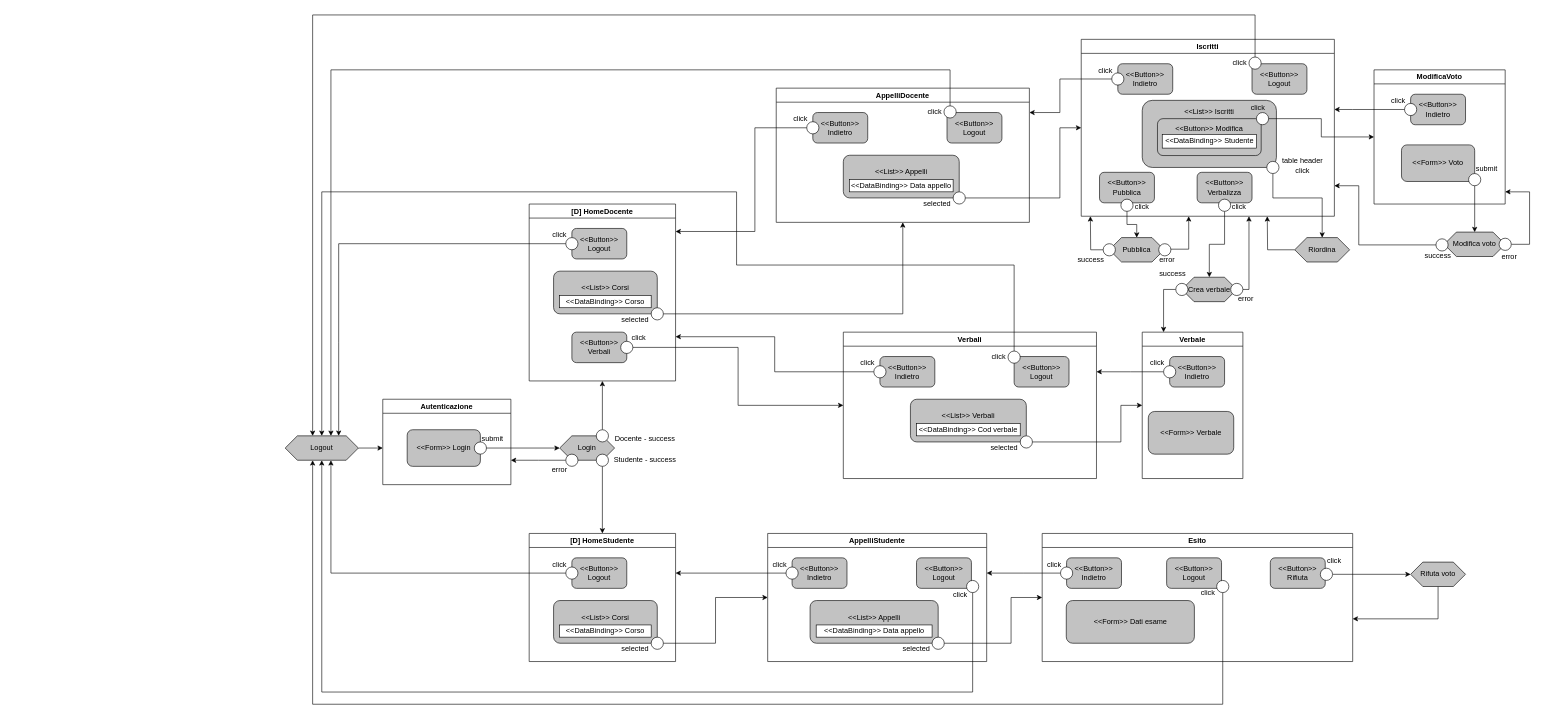
Earlier version of the draw.io diagram Diagramma IFMLpure HTML.drawio (StefanoBernardotto/TIW-polimi_24-25). Source tidied: cells renumbered, new cells numbered last; positions are measured from the earlier drawing's top-left corner, leaving out a move shared by most shapes. Both pictures are drawn from the tidied source at 61%, with x=0, y=0 at pixel (285, 15).
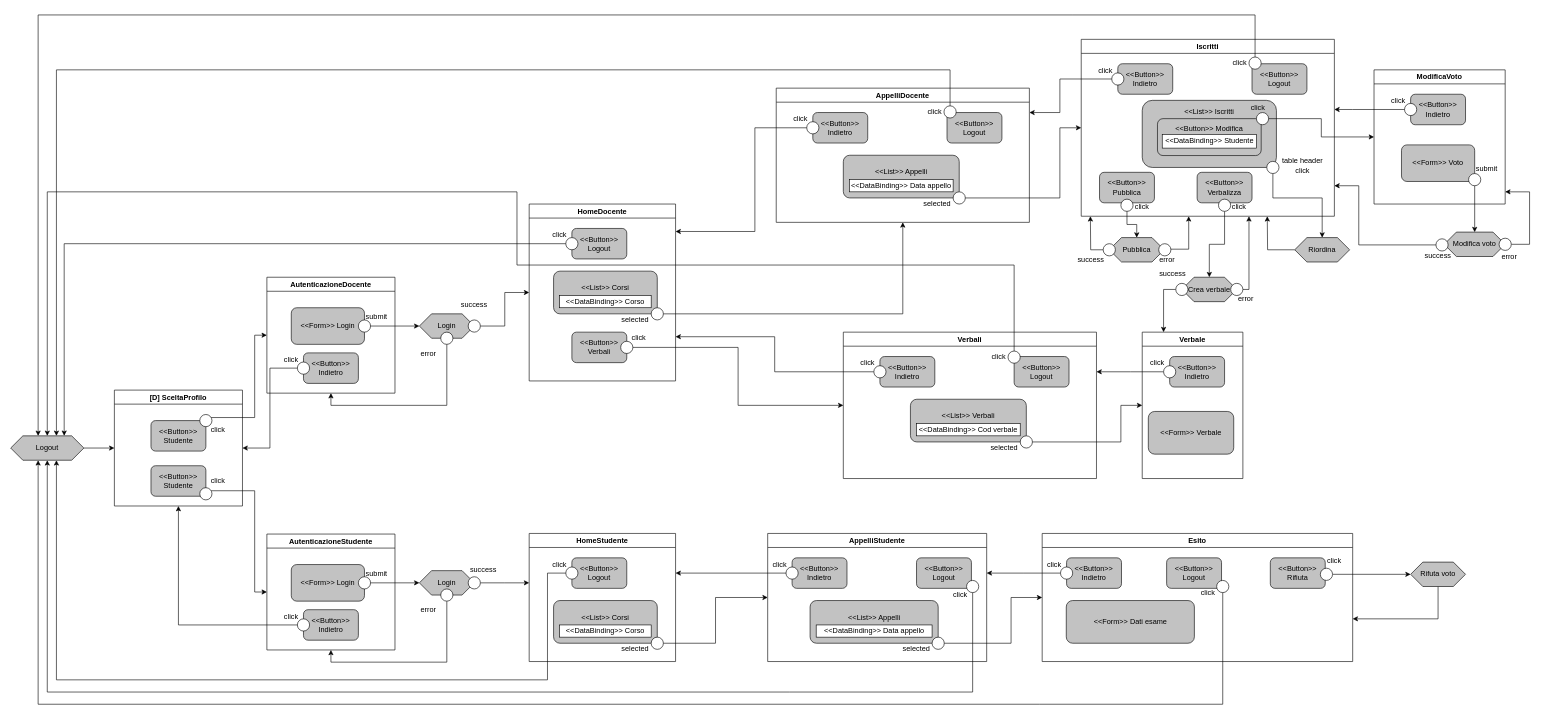
The same diagram, later.

Unchanged cells that the change refers to:
```xml
<mxCell id="36" style="ellipse;whiteSpace=wrap;html=1;shadow=0;" parent="29" vertex="1">
  <mxGeometry x="275" y="29" width="20" height="20" as="geometry" />
</mxCell>
<mxCell id="48" style="ellipse;whiteSpace=wrap;html=1;shadow=0;" parent="41" vertex="1">
  <mxGeometry x="270" y="31" width="20" height="20" as="geometry" />
</mxCell>
<mxCell id="58" style="ellipse;whiteSpace=wrap;html=1;shadow=0;" parent="54" vertex="1">
  <mxGeometry x="275" y="29" width="20" height="20" as="geometry" />
</mxCell>
<mxCell id="122" style="ellipse;whiteSpace=wrap;html=1;shadow=0;" parent="115" vertex="1">
  <mxGeometry x="60" y="55" width="20" height="20" as="geometry" />
</mxCell>
<mxCell id="137" style="ellipse;whiteSpace=wrap;html=1;shadow=0;" parent="130" vertex="1">
  <mxGeometry x="326" y="77" width="20" height="20" as="geometry" />
</mxCell>
<mxCell id="148" style="ellipse;whiteSpace=wrap;html=1;shadow=0;" parent="144" vertex="1">
  <mxGeometry x="286" y="77" width="20" height="20" as="geometry" />
</mxCell>
```

Diff of the diagram source:
```diff
@@
-    <mxCell id="3" value="Autenticazione" style="swimlane;whiteSpace=wrap;html=1;" parent="1" vertex="1">
-      <mxGeometry x="160" y="630" width="210" height="140" as="geometry" />
+    <mxCell id="3" value="AutenticazioneDocente" style="swimlane;whiteSpace=wrap;html=1;startSize=23;" parent="1" vertex="1">
+      <mxGeometry x="-30" y="430" width="210" height="190" as="geometry" />
     </mxCell>
@@
+    <mxCell id="165" value="click" style="text;html=1;align=center;verticalAlign=middle;whiteSpace=wrap;rounded=0;" parent="3" vertex="1">
+      <mxGeometry x="10" y="120" width="60" height="30" as="geometry" />
+    </mxCell>
+    <mxCell id="166" value="&amp;lt;&amp;lt;Button&amp;gt;&amp;gt; Indietro" style="rounded=1;whiteSpace=wrap;html=1;fillColor=#C2C2C2;" parent="3" vertex="1">
+      <mxGeometry x="60" y="124" width="90" height="50" as="geometry" />
+    </mxCell>
+    <mxCell id="167" style="ellipse;whiteSpace=wrap;html=1;shadow=0;" parent="3" vertex="1">
+      <mxGeometry x="50" y="139" width="20" height="20" as="geometry" />
+    </mxCell>
     <mxCell id="7" value="Login" style="shape=hexagon;perimeter=hexagonPerimeter2;whiteSpace=wrap;html=1;fixedSize=1;fillColor=#C2C2C2;" parent="1" vertex="1">
-      <mxGeometry x="450" y="690" width="90" height="40" as="geometry" />
+      <mxGeometry x="220" y="490" width="90" height="40" as="geometry" />
     </mxCell>
@@
     <mxCell id="10" style="ellipse;whiteSpace=wrap;html=1;" parent="1" vertex="1">
-      <mxGeometry x="510" y="680" width="20" height="20" as="geometry" />
+      <mxGeometry x="300" y="500" width="20" height="20" as="geometry" />
     </mxCell>
-    <mxCell id="11" value="Docente -&amp;nbsp;success" style="text;html=1;align=center;verticalAlign=middle;whiteSpace=wrap;rounded=0;" parent="1" vertex="1">
-      <mxGeometry x="530" y="680" width="120" height="30" as="geometry" />
+    <mxCell id="11" value="success" style="text;html=1;align=center;verticalAlign=middle;whiteSpace=wrap;rounded=0;" parent="1" vertex="1">
+      <mxGeometry x="250" y="460" width="120" height="30" as="geometry" />
     </mxCell>
-    <mxCell id="12" style="edgeStyle=orthogonalEdgeStyle;rounded=0;jettySize=auto;html=1;" parent="1" edge="1" source="13">
+    <mxCell id="12" style="edgeStyle=orthogonalEdgeStyle;rounded=0;jettySize=auto;html=1;entryX=0.5;entryY=1;entryDx=0;entryDy=0;" parent="1" edge="1" source="13" target="3">
       <mxGeometry relative="1" as="geometry">
-        <mxPoint x="370" y="730" as="targetPoint" />
+        <Array as="points">
+          <mxPoint x="265" y="640" />
+          <mxPoint x="75" y="640" />
+        </Array>
       </mxGeometry>
     </mxCell>
     <mxCell id="13" style="ellipse;whiteSpace=wrap;html=1;" parent="1" vertex="1">
-      <mxGeometry x="460" y="720" width="20" height="20" as="geometry" />
+      <mxGeometry x="255" y="520" width="20" height="20" as="geometry" />
     </mxCell>
     <mxCell id="14" value="error" style="text;html=1;align=center;verticalAlign=middle;whiteSpace=wrap;rounded=0;" parent="1" vertex="1">
-      <mxGeometry x="420" y="730" width="60" height="30" as="geometry" />
+      <mxGeometry x="205" y="540" width="60" height="30" as="geometry" />
     </mxCell>
-    <mxCell id="15" value="[D] HomeDocente" style="swimlane;whiteSpace=wrap;html=1;" parent="1" vertex="1">
+    <mxCell id="15" value="HomeDocente" style="swimlane;whiteSpace=wrap;html=1;" parent="1" vertex="1">
       <mxGeometry x="400" y="310" width="240" height="290" as="geometry" />
     </mxCell>
@@
-    <mxCell id="26" style="edgeStyle=orthogonalEdgeStyle;rounded=0;jettySize=auto;html=1;" parent="1" edge="1" source="27" target="115">
-      <mxGeometry relative="1" as="geometry" />
-    </mxCell>
-    <mxCell id="27" style="ellipse;whiteSpace=wrap;html=1;" parent="1" vertex="1">
-      <mxGeometry x="510" y="720" width="20" height="20" as="geometry" />
-    </mxCell>
-    <mxCell id="28" value="Studente -&amp;nbsp;success" style="text;html=1;align=center;verticalAlign=middle;whiteSpace=wrap;rounded=0;" parent="1" vertex="1">
-      <mxGeometry x="530" y="715" width="120" height="30" as="geometry" />
-    </mxCell>
@@
-    <mxCell id="115" value="[D] HomeStudente" style="swimlane;whiteSpace=wrap;html=1;" parent="1" vertex="1">
+    <mxCell id="115" value="HomeStudente" style="swimlane;whiteSpace=wrap;html=1;" parent="1" vertex="1">
       <mxGeometry x="400" y="850" width="240" height="210" as="geometry" />
     </mxCell>
@@
     <mxCell id="123" style="edgeStyle=orthogonalEdgeStyle;rounded=0;jettySize=auto;html=1;entryX=0.625;entryY=1;entryDx=0;entryDy=0;" parent="1" edge="1" source="122" target="125">
-      <mxGeometry relative="1" as="geometry" />
+      <mxGeometry relative="1" as="geometry">
+        <Array as="points">
+          <mxPoint x="430" y="915" />
+          <mxPoint x="430" y="1090" />
+          <mxPoint x="-375" y="1090" />
+        </Array>
+      </mxGeometry>
     </mxCell>
-    <mxCell id="124" style="edgeStyle=orthogonalEdgeStyle;rounded=0;jettySize=auto;html=1;" parent="1" edge="1" source="125" target="3">
-      <mxGeometry relative="1" as="geometry">
-        <Array as="points">
-          <mxPoint x="150" y="710" />
-          <mxPoint x="150" y="710" />
-        </Array>
-      </mxGeometry>
-    </mxCell>
+    <mxCell id="168" style="edgeStyle=orthogonalEdgeStyle;rounded=0;jettySize=auto;html=1;" parent="1" edge="1" source="125" target="184">
+      <mxGeometry relative="1" as="geometry" />
+    </mxCell>
     <mxCell id="125" value="Logout" style="shape=hexagon;perimeter=hexagonPerimeter2;whiteSpace=wrap;html=1;fixedSize=1;fillColor=#C2C2C2;" parent="1" vertex="1">
-      <mxGeometry y="690" width="120" height="40" as="geometry" />
+      <mxGeometry x="-450" y="690" width="120" height="40" as="geometry" />
     </mxCell>
@@
     <mxCell id="127" style="edgeStyle=orthogonalEdgeStyle;rounded=0;jettySize=auto;html=1;entryX=0.625;entryY=0;entryDx=0;entryDy=0;" parent="1" edge="1" source="36" target="125">
       <mxGeometry relative="1" as="geometry">
         <Array as="points">
-          <mxPoint x="1090" y="90" />
-          <mxPoint x="75" y="90" />
+          <mxPoint x="790" y="90" />
+          <mxPoint x="-225" y="90" />
         </Array>
       </mxGeometry>
     </mxCell>
     <mxCell id="128" style="edgeStyle=orthogonalEdgeStyle;rounded=0;jettySize=auto;html=1;entryX=0.375;entryY=0;entryDx=0;entryDy=0;" parent="1" edge="1" source="58" target="125">
       <mxGeometry relative="1" as="geometry">
         <Array as="points">
-          <mxPoint x="1590" />
-          <mxPoint x="45" />
+          <mxPoint x="1290" />
+          <mxPoint x="-255" />
         </Array>
       </mxGeometry>
     </mxCell>
     <mxCell id="129" style="edgeStyle=orthogonalEdgeStyle;rounded=0;jettySize=auto;html=1;entryX=0.5;entryY=0;entryDx=0;entryDy=0;" parent="1" edge="1" source="48" target="125">
       <mxGeometry relative="1" as="geometry">
         <Array as="points">
           <mxPoint x="1195" y="410" />
-          <mxPoint x="740" y="410" />
-          <mxPoint x="740" y="290" />
-          <mxPoint x="60" y="290" />
+          <mxPoint x="380" y="410" />
+          <mxPoint x="380" y="290" />
+          <mxPoint x="-390" y="290" />
         </Array>
       </mxGeometry>
     </mxCell>
@@
     <mxCell id="142" style="edgeStyle=orthogonalEdgeStyle;rounded=0;jettySize=auto;html=1;entryX=0.5;entryY=1;entryDx=0;entryDy=0;" parent="1" edge="1" source="137" target="125">
       <mxGeometry relative="1" as="geometry">
         <Array as="points">
-          <mxPoint x="1127" y="1110" />
-          <mxPoint x="60" y="1110" />
+          <mxPoint x="827" y="1110" />
+          <mxPoint x="-240" y="1110" />
         </Array>
       </mxGeometry>
     </mxCell>
@@
     <mxCell id="155" style="edgeStyle=orthogonalEdgeStyle;rounded=0;jettySize=auto;html=1;entryX=0.375;entryY=1;entryDx=0;entryDy=0;" parent="1" edge="1" source="148" target="125">
       <mxGeometry relative="1" as="geometry">
         <Array as="points">
-          <mxPoint x="1537" y="1130" />
-          <mxPoint x="45" y="1130" />
+          <mxPoint x="1237" y="1130" />
+          <mxPoint x="-255" y="1130" />
         </Array>
       </mxGeometry>
     </mxCell>
@@
+    <mxCell id="169" value="AutenticazioneStudente" style="swimlane;whiteSpace=wrap;html=1;startSize=23;" parent="1" vertex="1">
+      <mxGeometry x="-30" y="851" width="210" height="190" as="geometry" />
+    </mxCell>
+    <mxCell id="170" value="&amp;lt;&amp;lt;Form&amp;gt;&amp;gt; Login" style="rounded=1;whiteSpace=wrap;html=1;fillColor=#C2C2C2;" parent="169" vertex="1">
+      <mxGeometry x="40" y="50" width="120" height="60" as="geometry" />
+    </mxCell>
+    <mxCell id="171" style="ellipse;whiteSpace=wrap;html=1;" parent="169" vertex="1">
+      <mxGeometry x="150" y="70" width="20" height="20" as="geometry" />
+    </mxCell>
+    <mxCell id="172" value="submit" style="text;html=1;align=center;verticalAlign=middle;whiteSpace=wrap;rounded=0;" parent="169" vertex="1">
+      <mxGeometry x="150" y="50" width="60" height="30" as="geometry" />
+    </mxCell>
+    <mxCell id="173" value="click" style="text;html=1;align=center;verticalAlign=middle;whiteSpace=wrap;rounded=0;" parent="169" vertex="1">
+      <mxGeometry x="10" y="120" width="60" height="30" as="geometry" />
+    </mxCell>
+    <mxCell id="174" value="&amp;lt;&amp;lt;Button&amp;gt;&amp;gt; Indietro" style="rounded=1;whiteSpace=wrap;html=1;fillColor=#C2C2C2;" parent="169" vertex="1">
+      <mxGeometry x="60" y="124" width="90" height="50" as="geometry" />
+    </mxCell>
+    <mxCell id="175" style="ellipse;whiteSpace=wrap;html=1;shadow=0;" parent="169" vertex="1">
+      <mxGeometry x="50" y="139" width="20" height="20" as="geometry" />
+    </mxCell>
+    <mxCell id="176" value="Login" style="shape=hexagon;perimeter=hexagonPerimeter2;whiteSpace=wrap;html=1;fixedSize=1;fillColor=#C2C2C2;" parent="1" vertex="1">
+      <mxGeometry x="220" y="911" width="90" height="40" as="geometry" />
+    </mxCell>
+    <mxCell id="177" style="edgeStyle=orthogonalEdgeStyle;rounded=0;jettySize=auto;html=1;" parent="1" edge="1" source="171" target="176">
+      <mxGeometry relative="1" as="geometry" />
+    </mxCell>
+    <mxCell id="178" style="edgeStyle=orthogonalEdgeStyle;rounded=0;jettySize=auto;html=1;" parent="1" edge="1" source="179">
+      <mxGeometry relative="1" as="geometry">
+        <mxPoint x="400" y="931" as="targetPoint" />
+      </mxGeometry>
+    </mxCell>
+    <mxCell id="179" style="ellipse;whiteSpace=wrap;html=1;" parent="1" vertex="1">
+      <mxGeometry x="300" y="921" width="20" height="20" as="geometry" />
+    </mxCell>
+    <mxCell id="180" style="edgeStyle=orthogonalEdgeStyle;rounded=0;jettySize=auto;html=1;entryX=0.5;entryY=1;entryDx=0;entryDy=0;" parent="1" edge="1" source="181" target="169">
+      <mxGeometry relative="1" as="geometry">
+        <Array as="points">
+          <mxPoint x="265" y="1061" />
+          <mxPoint x="75" y="1061" />
+        </Array>
+      </mxGeometry>
+    </mxCell>
+    <mxCell id="181" style="ellipse;whiteSpace=wrap;html=1;" parent="1" vertex="1">
+      <mxGeometry x="255" y="941" width="20" height="20" as="geometry" />
+    </mxCell>
+    <mxCell id="182" value="error" style="text;html=1;align=center;verticalAlign=middle;whiteSpace=wrap;rounded=0;" parent="1" vertex="1">
+      <mxGeometry x="205" y="961" width="60" height="30" as="geometry" />
+    </mxCell>
+    <mxCell id="183" value="success" style="text;html=1;align=center;verticalAlign=middle;whiteSpace=wrap;rounded=0;" parent="1" vertex="1">
+      <mxGeometry x="265" y="895" width="120" height="30" as="geometry" />
+    </mxCell>
+    <mxCell id="184" value="[D] SceltaProfilo" style="swimlane;whiteSpace=wrap;html=1;startSize=23;" parent="1" vertex="1">
+      <mxGeometry x="-280" y="615" width="210" height="190" as="geometry" />
+    </mxCell>
+    <mxCell id="185" value="click" style="text;html=1;align=center;verticalAlign=middle;whiteSpace=wrap;rounded=0;" parent="184" vertex="1">
+      <mxGeometry x="140" y="134" width="60" height="30" as="geometry" />
+    </mxCell>
+    <mxCell id="186" value="&amp;lt;&amp;lt;Button&amp;gt;&amp;gt; Studente" style="rounded=1;whiteSpace=wrap;html=1;fillColor=#C2C2C2;" parent="184" vertex="1">
+      <mxGeometry x="60" y="124" width="90" height="50" as="geometry" />
+    </mxCell>
+    <mxCell id="187" style="ellipse;whiteSpace=wrap;html=1;shadow=0;" parent="184" vertex="1">
+      <mxGeometry x="140" y="160" width="20" height="20" as="geometry" />
+    </mxCell>
+    <mxCell id="188" value="click" style="text;html=1;align=center;verticalAlign=middle;whiteSpace=wrap;rounded=0;" parent="184" vertex="1">
+      <mxGeometry x="140" y="50" width="60" height="30" as="geometry" />
+    </mxCell>
+    <mxCell id="189" value="&amp;lt;&amp;lt;Button&amp;gt;&amp;gt; Studente" style="rounded=1;whiteSpace=wrap;html=1;fillColor=#C2C2C2;" parent="184" vertex="1">
+      <mxGeometry x="60" y="50" width="90" height="50" as="geometry" />
+    </mxCell>
+    <mxCell id="190" style="ellipse;whiteSpace=wrap;html=1;shadow=0;" parent="184" vertex="1">
+      <mxGeometry x="140" y="40" width="20" height="20" as="geometry" />
+    </mxCell>
+    <mxCell id="191" style="edgeStyle=orthogonalEdgeStyle;rounded=0;jettySize=auto;html=1;entryX=0;entryY=0.5;entryDx=0;entryDy=0;" parent="1" edge="1" source="187" target="169">
+      <mxGeometry relative="1" as="geometry">
+        <Array as="points">
+          <mxPoint x="-50" y="780" />
+          <mxPoint x="-50" y="946" />
+        </Array>
+      </mxGeometry>
+    </mxCell>
+    <mxCell id="192" style="edgeStyle=orthogonalEdgeStyle;rounded=0;jettySize=auto;html=1;entryX=0;entryY=0.5;entryDx=0;entryDy=0;" parent="1" edge="1" source="190" target="3">
+      <mxGeometry relative="1" as="geometry">
+        <Array as="points">
+          <mxPoint x="-50" y="660" />
+          <mxPoint x="-50" y="525" />
+        </Array>
+      </mxGeometry>
+    </mxCell>
+    <mxCell id="193" style="edgeStyle=orthogonalEdgeStyle;rounded=0;jettySize=auto;html=1;entryX=1;entryY=0.5;entryDx=0;entryDy=0;" parent="1" edge="1" source="167" target="184">
+      <mxGeometry relative="1" as="geometry" />
+    </mxCell>
+    <mxCell id="194" style="edgeStyle=orthogonalEdgeStyle;rounded=0;jettySize=auto;html=1;" parent="1" edge="1" source="175" target="184">
+      <mxGeometry relative="1" as="geometry" />
+    </mxCell>
```
